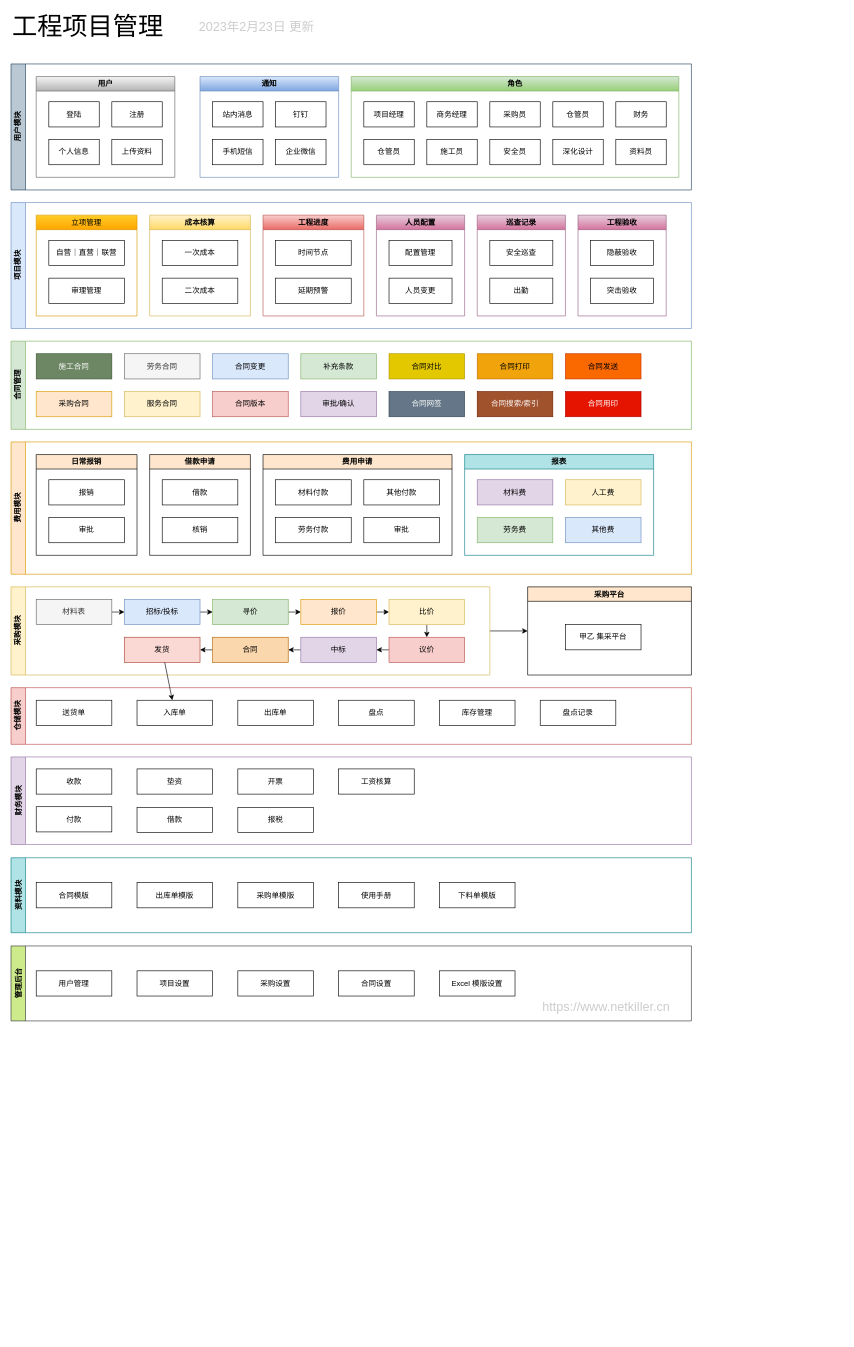
Earlier version of the draw.io diagram page "第 2 页" (1 of 3) of doc/engineering.drawio (netkiller/engineering). Source tidied: cells renumbered, new cells numbered last; positions are measured from the earlier drawing's top-left corner, leaving out a move shared by most shapes. Both pictures are drawn from the tidied source at 63%, with x=0, y=0 at pixel (11, 13).
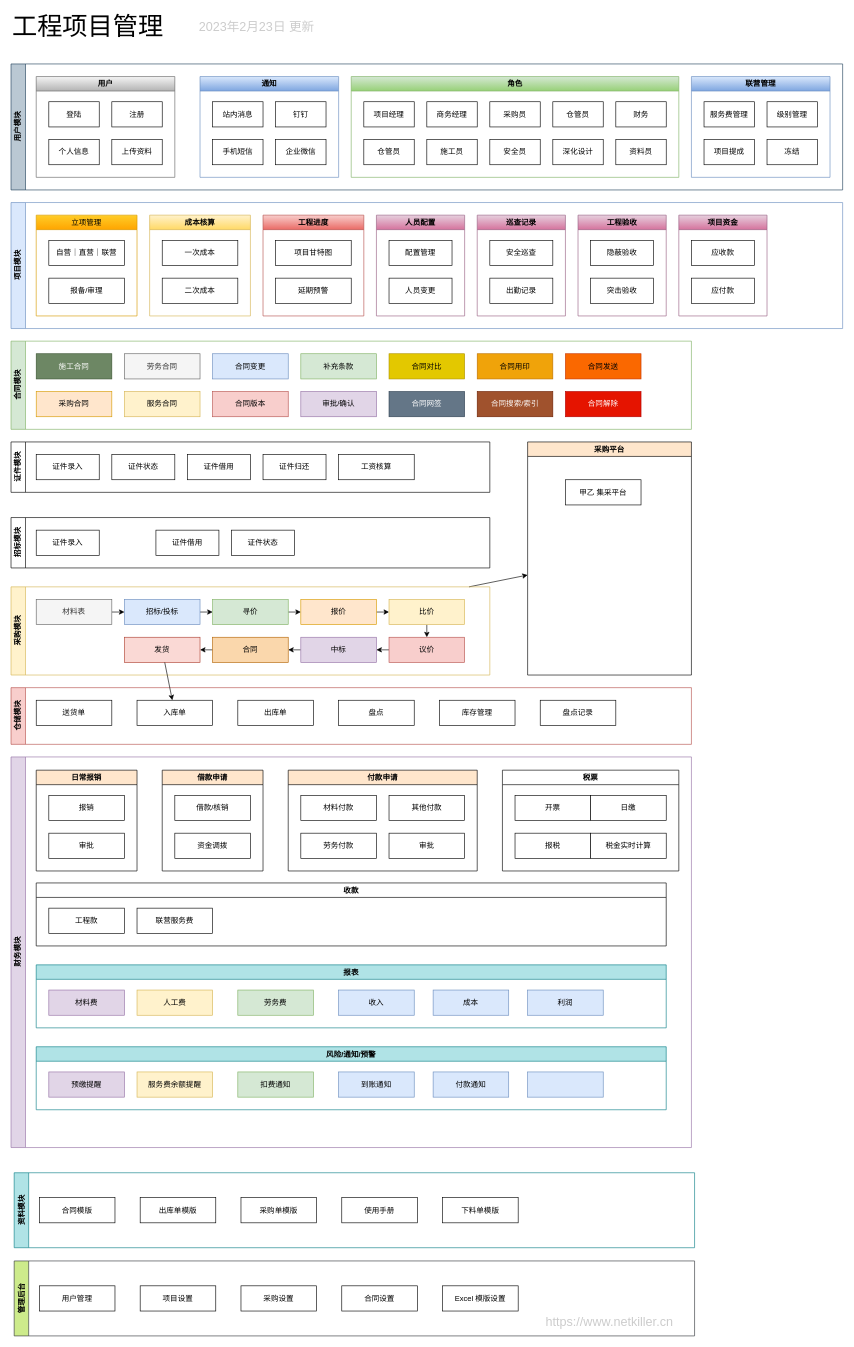
The same page after the edit.

The change refers to these unchanged cells:
```xml
<mxCell id="3" value="&lt;span style=&quot;font-weight: 400;&quot;&gt;立项管理&lt;/span&gt;" style="swimlane;whiteSpace=wrap;html=1;fillColor=#ffcd28;gradientColor=#ffa500;strokeColor=#d79b00;" parent="2" vertex="1">
  <mxGeometry x="40" y="20" width="160" height="160" as="geometry" />
</mxCell>
<mxCell id="12" value="工程进度" style="swimlane;whiteSpace=wrap;html=1;fillColor=#f8cecc;gradientColor=#ea6b66;strokeColor=#b85450;" parent="2" vertex="1">
  <mxGeometry x="400" y="20" width="160" height="160" as="geometry" />
</mxCell>
<mxCell id="15" value="巡查记录" style="swimlane;whiteSpace=wrap;html=1;fillColor=#e6d0de;gradientColor=#d5739d;strokeColor=#996185;" parent="2" vertex="1">
  <mxGeometry x="740" y="20" width="140" height="160" as="geometry" />
</mxCell>
```

Diff of the diagram source:
```diff
@@
     <mxCell id="2" value="项目模块" style="swimlane;horizontal=0;whiteSpace=wrap;html=1;fillColor=#dae8fc;strokeColor=#6c8ebf;" parent="1" vertex="1">
-      <mxGeometry y="300" width="1080" height="200" as="geometry" />
+      <mxGeometry y="300" width="1320" height="200" as="geometry" />
     </mxCell>
@@
-    <mxCell id="5" value="审理管理" style="rounded=0;whiteSpace=wrap;html=1;" parent="3" vertex="1">
+    <mxCell id="5" value="报备/审理" style="rounded=0;whiteSpace=wrap;html=1;" parent="3" vertex="1">
       <mxGeometry x="20" y="100" width="120" height="40" as="geometry" />
     </mxCell>
@@
-    <mxCell id="13" value="时间节点" style="rounded=0;whiteSpace=wrap;html=1;" parent="12" vertex="1">
+    <mxCell id="13" value="项目甘特图" style="rounded=0;whiteSpace=wrap;html=1;" parent="12" vertex="1">
       <mxGeometry x="20" y="40" width="120" height="40" as="geometry" />
     </mxCell>
@@
-    <mxCell id="17" value="出勤" style="rounded=0;whiteSpace=wrap;html=1;" parent="15" vertex="1">
+    <mxCell id="17" value="出勤记录" style="rounded=0;whiteSpace=wrap;html=1;" parent="15" vertex="1">
       <mxGeometry x="20" y="100" width="100" height="40" as="geometry" />
     </mxCell>
@@
+    <mxCell id="127" value="项目资金" style="swimlane;whiteSpace=wrap;html=1;fillColor=#e6d0de;gradientColor=#d5739d;strokeColor=#996185;" parent="2" vertex="1">
+      <mxGeometry x="1060" y="20" width="140" height="160" as="geometry" />
+    </mxCell>
+    <mxCell id="128" value="应收款" style="rounded=0;whiteSpace=wrap;html=1;" parent="127" vertex="1">
+      <mxGeometry x="20" y="40" width="100" height="40" as="geometry" />
+    </mxCell>
+    <mxCell id="129" value="应付款" style="rounded=0;whiteSpace=wrap;html=1;" parent="127" vertex="1">
+      <mxGeometry x="20" y="100" width="100" height="40" as="geometry" />
+    </mxCell>
-    <mxCell id="21" value="合同管理" style="swimlane;horizontal=0;whiteSpace=wrap;html=1;fillColor=#d5e8d4;strokeColor=#82b366;" parent="1" vertex="1">
+    <mxCell id="21" value="合同模块" style="swimlane;horizontal=0;whiteSpace=wrap;html=1;fillColor=#d5e8d4;strokeColor=#82b366;" parent="1" vertex="1">
       <mxGeometry y="520" width="1080" height="140" as="geometry" />
     </mxCell>
@@
-    <mxCell id="28" value="合同打印" style="rounded=0;whiteSpace=wrap;html=1;fillColor=#f0a30a;fontColor=#000000;strokeColor=#BD7000;" parent="21" vertex="1">
+    <mxCell id="28" value="合同用印" style="rounded=0;whiteSpace=wrap;html=1;fillColor=#f0a30a;fontColor=#000000;strokeColor=#BD7000;" parent="21" vertex="1">
       <mxGeometry x="740" y="20" width="120" height="40" as="geometry" />
     </mxCell>
@@
-    <mxCell id="35" value="合同用印" style="rounded=0;whiteSpace=wrap;html=1;fillColor=#e51400;fontColor=#ffffff;strokeColor=#B20000;" parent="21" vertex="1">
+    <mxCell id="35" value="合同解除" style="rounded=0;whiteSpace=wrap;html=1;fillColor=#e51400;fontColor=#ffffff;strokeColor=#B20000;" parent="21" vertex="1">
       <mxGeometry x="880" y="80" width="120" height="40" as="geometry" />
     </mxCell>
@@
     <mxCell id="55" value="财务模块" style="swimlane;horizontal=0;whiteSpace=wrap;html=1;fillColor=#e1d5e7;strokeColor=#9673a6;" parent="1" vertex="1">
-      <mxGeometry y="1180" width="1080" height="139" as="geometry" />
+      <mxGeometry y="1180" width="1080" height="620" as="geometry" />
     </mxCell>
-    <mxCell id="56" value="收款" style="rounded=0;whiteSpace=wrap;html=1;" parent="55" vertex="1">
-      <mxGeometry x="40" y="19" width="120" height="40" as="geometry" />
-    </mxCell>
-    <mxCell id="57" value="付款" style="rounded=0;whiteSpace=wrap;html=1;" parent="55" vertex="1">
-      <mxGeometry x="40" y="79" width="120" height="40" as="geometry" />
-    </mxCell>
-    <mxCell id="58" value="垫资" style="rounded=0;whiteSpace=wrap;html=1;" parent="55" vertex="1">
-      <mxGeometry x="200" y="19" width="120" height="40" as="geometry" />
-    </mxCell>
-    <mxCell id="59" value="开票" style="rounded=0;whiteSpace=wrap;html=1;" parent="55" vertex="1">
-      <mxGeometry x="360" y="19" width="120" height="40" as="geometry" />
-    </mxCell>
-    <mxCell id="60" value="报税" style="rounded=0;whiteSpace=wrap;html=1;" parent="55" vertex="1">
-      <mxGeometry x="360" y="80" width="120" height="40" as="geometry" />
-    </mxCell>
-    <mxCell id="61" value="工资核算" style="rounded=0;whiteSpace=wrap;html=1;" parent="55" vertex="1">
-      <mxGeometry x="520" y="19" width="120" height="40" as="geometry" />
-    </mxCell>
-    <mxCell id="62" value="借款" style="rounded=0;whiteSpace=wrap;html=1;" parent="55" vertex="1">
-      <mxGeometry x="200" y="80" width="120" height="40" as="geometry" />
-    </mxCell>
-    <mxCell id="63" value="管理后台" style="swimlane;horizontal=0;whiteSpace=wrap;html=1;fillColor=#cdeb8b;strokeColor=#36393d;" parent="1" vertex="1">
-      <mxGeometry y="1480" width="1080" height="119" as="geometry" />
-    </mxCell>
-    <mxCell id="64" value="用户管理" style="rounded=0;whiteSpace=wrap;html=1;" parent="63" vertex="1">
-      <mxGeometry x="40" y="39.5" width="120" height="40" as="geometry" />
-    </mxCell>
-    <mxCell id="65" value="项目设置" style="rounded=0;whiteSpace=wrap;html=1;" parent="63" vertex="1">
-      <mxGeometry x="200" y="39.5" width="120" height="40" as="geometry" />
-    </mxCell>
-    <mxCell id="66" value="采购设置" style="rounded=0;whiteSpace=wrap;html=1;" parent="63" vertex="1">
-      <mxGeometry x="360" y="39.5" width="120" height="40" as="geometry" />
-    </mxCell>
-    <mxCell id="67" value="合同设置" style="rounded=0;whiteSpace=wrap;html=1;" parent="63" vertex="1">
-      <mxGeometry x="520" y="39.5" width="120" height="40" as="geometry" />
-    </mxCell>
-    <mxCell id="68" value="Excel 模版设置" style="rounded=0;whiteSpace=wrap;html=1;" parent="63" vertex="1">
-      <mxGeometry x="680" y="39.5" width="120" height="40" as="geometry" />
-    </mxCell>
-    <mxCell id="69" value="https://www.netkiller.cn" style="text;html=1;strokeColor=none;fillColor=none;align=center;verticalAlign=middle;whiteSpace=wrap;rounded=0;fontSize=20;fontColor=#CCCCCC;" parent="63" vertex="1">
-      <mxGeometry x="830" y="79.5" width="230" height="30" as="geometry" />
-    </mxCell>
-    <mxCell id="70" value="费用模块" style="swimlane;horizontal=0;whiteSpace=wrap;html=1;fillColor=#ffe6cc;strokeColor=#d79b00;" parent="1" vertex="1">
-      <mxGeometry y="680" width="1080" height="210" as="geometry" />
-    </mxCell>
-    <mxCell id="71" value="日常报销" style="swimlane;whiteSpace=wrap;html=1;fillColor=#FFE6CC;" parent="70" vertex="1">
-      <mxGeometry x="40" y="20" width="160" height="160" as="geometry" />
+    <mxCell id="71" value="日常报销" style="swimlane;whiteSpace=wrap;html=1;fillColor=#FFE6CC;" parent="55" vertex="1">
+      <mxGeometry x="40" y="21" width="160" height="160" as="geometry" />
     </mxCell>
@@
-    <mxCell id="74" value="费用申请" style="swimlane;whiteSpace=wrap;html=1;fillColor=#FFE6CC;" parent="70" vertex="1">
-      <mxGeometry x="400" y="20" width="300" height="160" as="geometry" />
+    <mxCell id="74" value="付款申请" style="swimlane;whiteSpace=wrap;html=1;fillColor=#FFE6CC;" parent="55" vertex="1">
+      <mxGeometry x="440" y="21" width="300" height="160" as="geometry" />
     </mxCell>
@@
-    <mxCell id="79" value="借款申请" style="swimlane;whiteSpace=wrap;html=1;fillColor=#FFE6CC;" parent="70" vertex="1">
-      <mxGeometry x="220" y="20" width="160" height="160" as="geometry" />
+    <mxCell id="79" value="借款申请" style="swimlane;whiteSpace=wrap;html=1;fillColor=#FFE6CC;" parent="55" vertex="1">
+      <mxGeometry x="240" y="21" width="160" height="160" as="geometry" />
     </mxCell>
-    <mxCell id="80" value="借款" style="rounded=0;whiteSpace=wrap;html=1;" parent="79" vertex="1">
+    <mxCell id="80" value="借款/核销" style="rounded=0;whiteSpace=wrap;html=1;" parent="79" vertex="1">
       <mxGeometry x="20" y="40" width="120" height="40" as="geometry" />
     </mxCell>
-    <mxCell id="81" value="核销" style="rounded=0;whiteSpace=wrap;html=1;" parent="79" vertex="1">
+    <mxCell id="81" value="资金调拨" style="rounded=0;whiteSpace=wrap;html=1;" parent="79" vertex="1">
       <mxGeometry x="20" y="100" width="120" height="40" as="geometry" />
     </mxCell>
+    <mxCell id="130" value="税票" style="swimlane;whiteSpace=wrap;html=1;" parent="55" vertex="1">
+      <mxGeometry x="780" y="21" width="280" height="160" as="geometry" />
+    </mxCell>
+    <mxCell id="59" value="开票" style="rounded=0;whiteSpace=wrap;html=1;" parent="130" vertex="1">
+      <mxGeometry x="20" y="40" width="120" height="40" as="geometry" />
+    </mxCell>
+    <mxCell id="60" value="报税" style="rounded=0;whiteSpace=wrap;html=1;" parent="130" vertex="1">
+      <mxGeometry x="20" y="100" width="120" height="40" as="geometry" />
+    </mxCell>
+    <mxCell id="62" value="日缴" style="rounded=0;whiteSpace=wrap;html=1;" parent="130" vertex="1">
+      <mxGeometry x="140" y="40" width="120" height="40" as="geometry" />
+    </mxCell>
+    <mxCell id="58" value="税金实时计算" style="rounded=0;whiteSpace=wrap;html=1;" parent="130" vertex="1">
+      <mxGeometry x="140" y="100" width="120" height="40" as="geometry" />
+    </mxCell>
-    <mxCell id="82" value="报表" style="swimlane;whiteSpace=wrap;html=1;fillColor=#b0e3e6;strokeColor=#0e8088;" parent="70" vertex="1">
-      <mxGeometry x="720" y="20" width="300" height="160" as="geometry" />
+    <mxCell id="82" value="报表" style="swimlane;whiteSpace=wrap;html=1;fillColor=#b0e3e6;strokeColor=#0e8088;" parent="55" vertex="1">
+      <mxGeometry x="40" y="330" width="1000" height="100" as="geometry" />
     </mxCell>
@@
     <mxCell id="84" value="劳务费" style="rounded=0;whiteSpace=wrap;html=1;fillColor=#d5e8d4;strokeColor=#82b366;" parent="82" vertex="1">
-      <mxGeometry x="20" y="100" width="120" height="40" as="geometry" />
+      <mxGeometry x="320" y="40" width="120" height="40" as="geometry" />
     </mxCell>
@@
+    <mxCell id="131" value="收入" style="rounded=0;whiteSpace=wrap;html=1;fillColor=#dae8fc;strokeColor=#6c8ebf;" parent="82" vertex="1">
+      <mxGeometry x="480" y="40" width="120" height="40" as="geometry" />
+    </mxCell>
+    <mxCell id="132" value="成本" style="rounded=0;whiteSpace=wrap;html=1;fillColor=#dae8fc;strokeColor=#6c8ebf;" parent="82" vertex="1">
+      <mxGeometry x="630" y="40" width="120" height="40" as="geometry" />
+    </mxCell>
-    <mxCell id="86" value="其他费" style="rounded=0;whiteSpace=wrap;html=1;fillColor=#dae8fc;strokeColor=#6c8ebf;" parent="82" vertex="1">
-      <mxGeometry x="160" y="100" width="120" height="40" as="geometry" />
+    <mxCell id="86" value="利润" style="rounded=0;whiteSpace=wrap;html=1;fillColor=#dae8fc;strokeColor=#6c8ebf;" parent="82" vertex="1">
+      <mxGeometry x="780" y="40" width="120" height="40" as="geometry" />
     </mxCell>
+    <mxCell id="133" value="收款" style="swimlane;whiteSpace=wrap;html=1;" parent="55" vertex="1">
+      <mxGeometry x="40" y="200" width="1000" height="100" as="geometry" />
+    </mxCell>
+    <mxCell id="57" value="工程款" style="rounded=0;whiteSpace=wrap;html=1;" parent="133" vertex="1">
+      <mxGeometry x="20" y="40" width="120" height="40" as="geometry" />
+    </mxCell>
+    <mxCell id="56" value="联营服务费" style="rounded=0;whiteSpace=wrap;html=1;" parent="133" vertex="1">
+      <mxGeometry x="160" y="40" width="120" height="40" as="geometry" />
+    </mxCell>
+    <mxCell id="134" value="风险/通知/预警" style="swimlane;whiteSpace=wrap;html=1;fillColor=#b0e3e6;strokeColor=#0e8088;" parent="55" vertex="1">
+      <mxGeometry x="40" y="460" width="1000" height="100" as="geometry" />
+    </mxCell>
+    <mxCell id="135" value="预缴提醒" style="rounded=0;whiteSpace=wrap;html=1;fillColor=#e1d5e7;strokeColor=#9673a6;" parent="134" vertex="1">
+      <mxGeometry x="20" y="40" width="120" height="40" as="geometry" />
+    </mxCell>
+    <mxCell id="136" value="扣费通知" style="rounded=0;whiteSpace=wrap;html=1;fillColor=#d5e8d4;strokeColor=#82b366;" parent="134" vertex="1">
+      <mxGeometry x="320" y="40" width="120" height="40" as="geometry" />
+    </mxCell>
+    <mxCell id="137" value="服务费余额提醒" style="rounded=0;whiteSpace=wrap;html=1;fillColor=#fff2cc;strokeColor=#d6b656;" parent="134" vertex="1">
+      <mxGeometry x="160" y="40" width="120" height="40" as="geometry" />
+    </mxCell>
+    <mxCell id="138" value="到账通知" style="rounded=0;whiteSpace=wrap;html=1;fillColor=#dae8fc;strokeColor=#6c8ebf;" parent="134" vertex="1">
+      <mxGeometry x="480" y="40" width="120" height="40" as="geometry" />
+    </mxCell>
+    <mxCell id="139" value="付款通知" style="rounded=0;whiteSpace=wrap;html=1;fillColor=#dae8fc;strokeColor=#6c8ebf;" parent="134" vertex="1">
+      <mxGeometry x="630" y="40" width="120" height="40" as="geometry" />
+    </mxCell>
+    <mxCell id="140" style="rounded=0;whiteSpace=wrap;html=1;fillColor=#dae8fc;strokeColor=#6c8ebf;" parent="134" vertex="1">
+      <mxGeometry x="780" y="40" width="120" height="40" as="geometry" />
+    </mxCell>
+    <mxCell id="63" value="管理后台" style="swimlane;horizontal=0;whiteSpace=wrap;html=1;fillColor=#cdeb8b;strokeColor=#36393d;" parent="1" vertex="1">
+      <mxGeometry x="5" y="1980" width="1080" height="119" as="geometry" />
+    </mxCell>
+    <mxCell id="64" value="用户管理" style="rounded=0;whiteSpace=wrap;html=1;" parent="63" vertex="1">
+      <mxGeometry x="40" y="39.5" width="120" height="40" as="geometry" />
+    </mxCell>
+    <mxCell id="65" value="项目设置" style="rounded=0;whiteSpace=wrap;html=1;" parent="63" vertex="1">
+      <mxGeometry x="200" y="39.5" width="120" height="40" as="geometry" />
+    </mxCell>
+    <mxCell id="66" value="采购设置" style="rounded=0;whiteSpace=wrap;html=1;" parent="63" vertex="1">
+      <mxGeometry x="360" y="39.5" width="120" height="40" as="geometry" />
+    </mxCell>
+    <mxCell id="67" value="合同设置" style="rounded=0;whiteSpace=wrap;html=1;" parent="63" vertex="1">
+      <mxGeometry x="520" y="39.5" width="120" height="40" as="geometry" />
+    </mxCell>
+    <mxCell id="68" value="Excel 模版设置" style="rounded=0;whiteSpace=wrap;html=1;" parent="63" vertex="1">
+      <mxGeometry x="680" y="39.5" width="120" height="40" as="geometry" />
+    </mxCell>
+    <mxCell id="69" value="https://www.netkiller.cn" style="text;html=1;strokeColor=none;fillColor=none;align=center;verticalAlign=middle;whiteSpace=wrap;rounded=0;fontSize=20;fontColor=#CCCCCC;" parent="63" vertex="1">
+      <mxGeometry x="830" y="79.5" width="230" height="30" as="geometry" />
+    </mxCell>
     <mxCell id="87" value="用户模块" style="swimlane;horizontal=0;whiteSpace=wrap;html=1;fillColor=#bac8d3;strokeColor=#23445d;" parent="1" vertex="1">
-      <mxGeometry y="80" width="1080" height="200" as="geometry" />
+      <mxGeometry y="80" width="1320" height="200" as="geometry" />
     </mxCell>
@@
+    <mxCell id="141" value="联营管理" style="swimlane;whiteSpace=wrap;html=1;fillColor=#dae8fc;gradientColor=#7ea6e0;strokeColor=#6c8ebf;" parent="87" vertex="1">
+      <mxGeometry x="1080" y="20" width="220" height="160" as="geometry" />
+    </mxCell>
+    <mxCell id="142" value="服务费管理" style="rounded=0;whiteSpace=wrap;html=1;" parent="141" vertex="1">
+      <mxGeometry x="20" y="40" width="80" height="40" as="geometry" />
+    </mxCell>
+    <mxCell id="143" value="项目提成" style="rounded=0;whiteSpace=wrap;html=1;" parent="141" vertex="1">
+      <mxGeometry x="20" y="100" width="80" height="40" as="geometry" />
+    </mxCell>
+    <mxCell id="144" value="级别管理" style="rounded=0;whiteSpace=wrap;html=1;" parent="141" vertex="1">
+      <mxGeometry x="120" y="40" width="80" height="40" as="geometry" />
+    </mxCell>
+    <mxCell id="145" value="冻结" style="rounded=0;whiteSpace=wrap;html=1;" parent="141" vertex="1">
+      <mxGeometry x="120" y="100" width="80" height="40" as="geometry" />
+    </mxCell>
@@
     <mxCell id="116" value="资料模块" style="swimlane;horizontal=0;whiteSpace=wrap;html=1;fillColor=#b0e3e6;strokeColor=#0e8088;" parent="1" vertex="1">
-      <mxGeometry y="1340" width="1080" height="119" as="geometry" />
+      <mxGeometry x="5" y="1840" width="1080" height="119" as="geometry" />
     </mxCell>
@@
     <mxCell id="122" value="采购平台" style="swimlane;whiteSpace=wrap;html=1;fillColor=#FFE6CC;" parent="1" vertex="1">
-      <mxGeometry x="820" y="910" width="260" height="140" as="geometry" />
+      <mxGeometry x="820" y="680" width="260" height="370" as="geometry" />
     </mxCell>
@@
+    <mxCell id="146" value="证件模块" style="swimlane;horizontal=0;whiteSpace=wrap;html=1;" parent="1" vertex="1">
+      <mxGeometry y="680" width="760" height="80" as="geometry" />
+    </mxCell>
+    <mxCell id="147" value="证件录入" style="rounded=0;whiteSpace=wrap;html=1;" parent="146" vertex="1">
+      <mxGeometry x="40" y="20" width="100" height="40" as="geometry" />
+    </mxCell>
+    <mxCell id="148" value="证件状态" style="rounded=0;whiteSpace=wrap;html=1;" parent="146" vertex="1">
+      <mxGeometry x="160" y="20" width="100" height="40" as="geometry" />
+    </mxCell>
+    <mxCell id="149" value="证件借用" style="rounded=0;whiteSpace=wrap;html=1;" parent="146" vertex="1">
+      <mxGeometry x="280" y="20" width="100" height="40" as="geometry" />
+    </mxCell>
+    <mxCell id="150" value="证件归还" style="rounded=0;whiteSpace=wrap;html=1;" parent="146" vertex="1">
+      <mxGeometry x="400" y="20" width="100" height="40" as="geometry" />
+    </mxCell>
+    <mxCell id="61" value="工资核算" style="rounded=0;whiteSpace=wrap;html=1;" parent="146" vertex="1">
+      <mxGeometry x="520" y="20" width="120" height="40" as="geometry" />
+    </mxCell>
+    <mxCell id="151" value="招标模块" style="swimlane;horizontal=0;whiteSpace=wrap;html=1;" parent="1" vertex="1">
+      <mxGeometry y="800" width="760" height="80" as="geometry" />
+    </mxCell>
+    <mxCell id="152" value="证件录入" style="rounded=0;whiteSpace=wrap;html=1;" parent="151" vertex="1">
+      <mxGeometry x="40" y="20" width="100" height="40" as="geometry" />
+    </mxCell>
+    <mxCell id="153" value="证件状态" style="rounded=0;whiteSpace=wrap;html=1;" parent="151" vertex="1">
+      <mxGeometry x="350" y="20" width="100" height="40" as="geometry" />
+    </mxCell>
+    <mxCell id="154" value="证件借用" style="rounded=0;whiteSpace=wrap;html=1;" parent="151" vertex="1">
+      <mxGeometry x="230" y="20" width="100" height="40" as="geometry" />
+    </mxCell>
```
